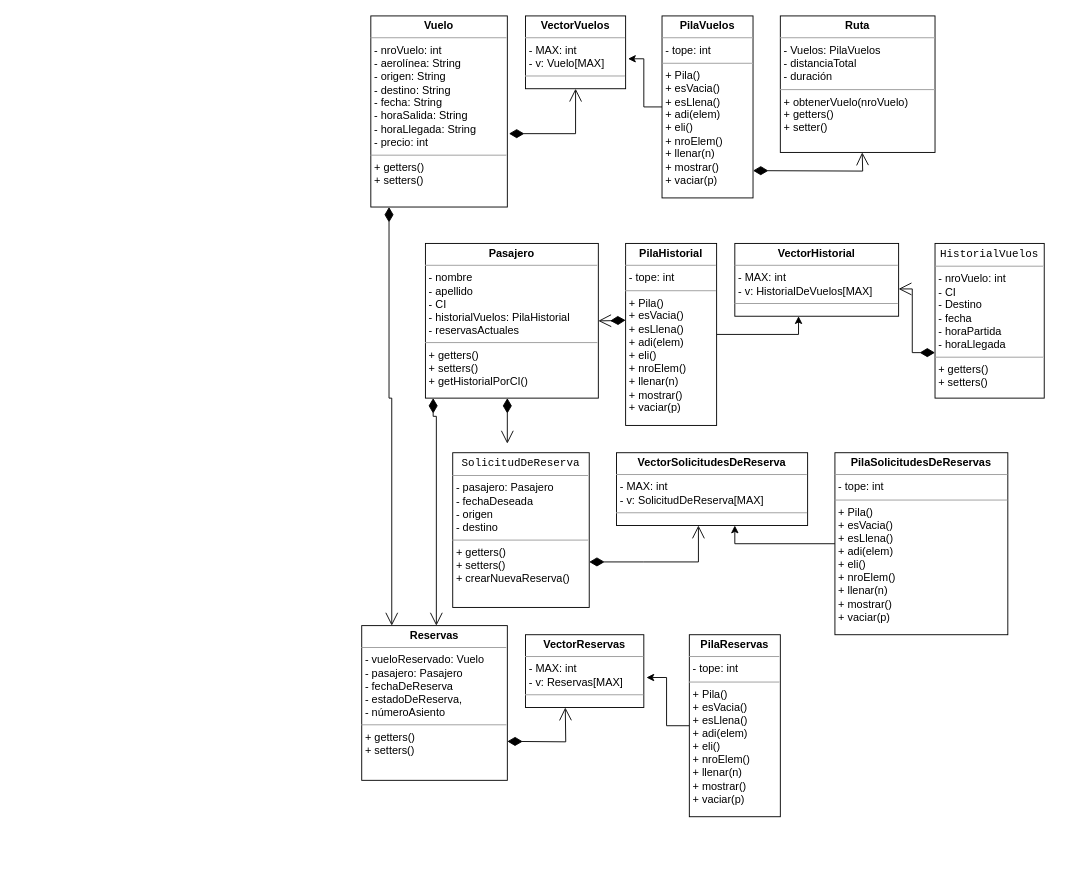
Earlier version of the draw.io diagram page "proyecto" (1 of 4) of inf121.drawio (freddyvelarde/clock-app). Source tidied: cells renumbered, new cells numbered last; positions are measured from the earlier drawing's top-left corner, leaving out a move shared by most shapes. Both pictures are drawn from the tidied source at 91%, with x=0, y=0 at pixel (361, 15).
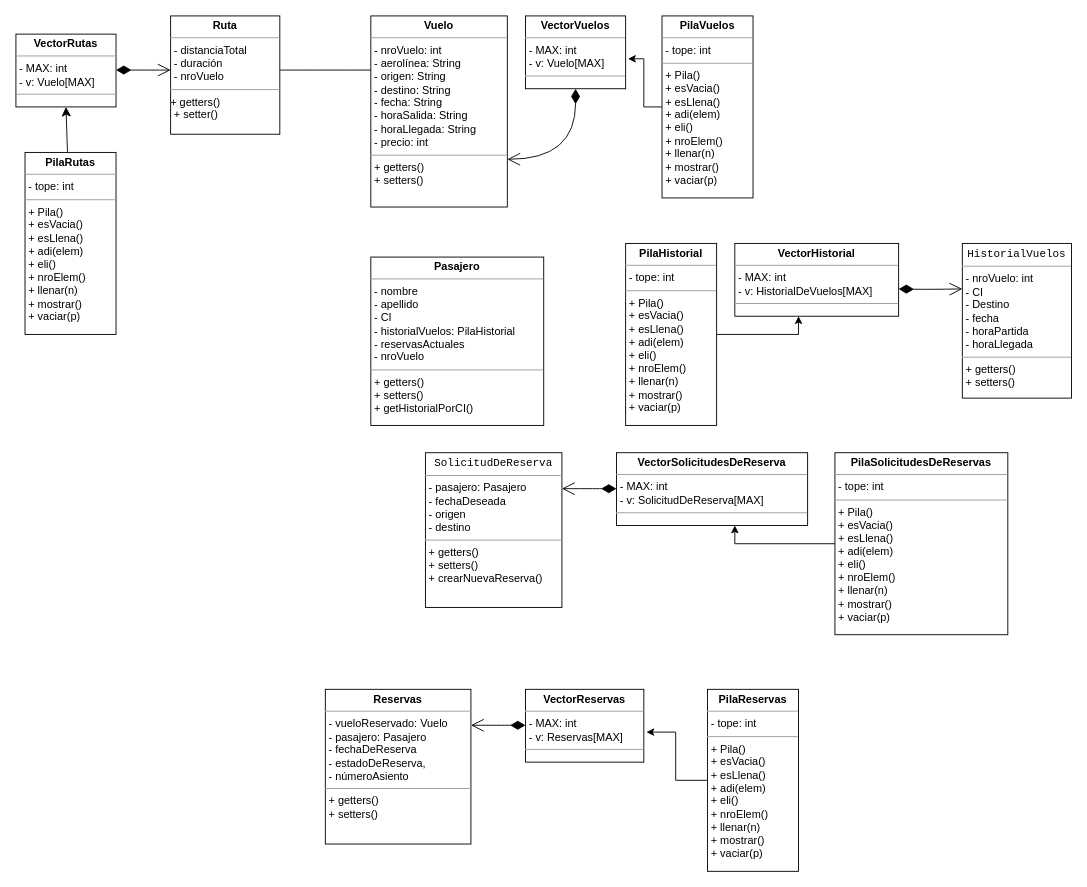
The same page after the edit.

Unchanged cells that the change refers to:
```xml
<mxCell id="2" value="&lt;p style=&quot;margin:0px;margin-top:4px;text-align:center;&quot;&gt;&lt;b&gt;Vuelo&lt;/b&gt;&lt;br&gt;&lt;/p&gt;&lt;hr size=&quot;1&quot;&gt;&lt;p style=&quot;margin:0px;margin-left:4px;&quot;&gt;- nroVuelo: int&amp;nbsp;&lt;/p&gt;&lt;p style=&quot;margin:0px;margin-left:4px;&quot;&gt;- aerolínea: String&lt;/p&gt;&lt;p style=&quot;margin:0px;margin-left:4px;&quot;&gt;- origen: String&lt;/p&gt;&lt;p style=&quot;margin:0px;margin-left:4px;&quot;&gt;- destino: String&lt;/p&gt;&lt;p style=&quot;margin:0px;margin-left:4px;&quot;&gt;- fecha: String&amp;nbsp;&lt;/p&gt;&lt;p style=&quot;margin:0px;margin-left:4px;&quot;&gt;- horaSalida: String&amp;nbsp;&amp;nbsp;&lt;/p&gt;&lt;p style=&quot;margin:0px;margin-left:4px;&quot;&gt;- horaLlegada: String&lt;br&gt;&lt;/p&gt;&lt;p style=&quot;margin:0px;margin-left:4px;&quot;&gt;- precio: int&lt;/p&gt;&lt;hr size=&quot;1&quot;&gt;&lt;p style=&quot;margin:0px;margin-left:4px;&quot;&gt;+ getters()&lt;br&gt;+ setters()&lt;br&gt;&lt;/p&gt;&lt;p style=&quot;margin:0px;margin-left:4px;&quot;&gt;&lt;br&gt;&lt;/p&gt;&lt;p style=&quot;margin:0px;margin-left:4px;&quot;&gt;&lt;br&gt;&lt;/p&gt;&lt;p style=&quot;margin:0px;margin-left:4px;&quot;&gt;&lt;br&gt;&lt;/p&gt;&lt;p style=&quot;margin:0px;margin-left:4px;&quot;&gt;&lt;br&gt;&lt;/p&gt;" style="verticalAlign=top;align=left;overflow=fill;fontSize=12;fontFamily=Helvetica;html=1;whiteSpace=wrap;" parent="1" vertex="1">
  <mxGeometry x="10" width="150" height="210" as="geometry" />
</mxCell>
<mxCell id="4" value="&lt;p style=&quot;margin:0px;margin-top:4px;text-align:center;&quot;&gt;&lt;b&gt;VectorVuelos&lt;/b&gt;&lt;br&gt;&lt;/p&gt;&lt;hr size=&quot;1&quot;&gt;&lt;p style=&quot;margin:0px;margin-left:4px;&quot;&gt;- MAX: int&lt;/p&gt;&lt;p style=&quot;margin:0px;margin-left:4px;&quot;&gt;- v: Vuelo[MAX]&lt;br&gt;&lt;/p&gt;&lt;hr size=&quot;1&quot;&gt;&lt;p style=&quot;margin:0px;margin-left:4px;&quot;&gt;&lt;br&gt;&lt;/p&gt;&lt;p style=&quot;margin:0px;margin-left:4px;&quot;&gt;&lt;br&gt;&lt;/p&gt;&lt;p style=&quot;margin:0px;margin-left:4px;&quot;&gt;&lt;br&gt;&lt;/p&gt;&lt;p style=&quot;margin:0px;margin-left:4px;&quot;&gt;&lt;br&gt;&lt;/p&gt;&lt;p style=&quot;margin:0px;margin-left:4px;&quot;&gt;&lt;br&gt;&lt;/p&gt;" style="verticalAlign=top;align=left;overflow=fill;fontSize=12;fontFamily=Helvetica;html=1;whiteSpace=wrap;" parent="1" vertex="1">
  <mxGeometry x="180" width="110" height="80" as="geometry" />
</mxCell>
<mxCell id="18" value="&lt;p style=&quot;margin:0px;margin-top:4px;text-align:center;&quot;&gt;&lt;b&gt;VectorHistorial&lt;/b&gt;&lt;br&gt;&lt;/p&gt;&lt;hr size=&quot;1&quot;&gt;&lt;p style=&quot;margin:0px;margin-left:4px;&quot;&gt;- MAX: int&lt;/p&gt;&lt;p style=&quot;margin:0px;margin-left:4px;&quot;&gt;- v: HistorialDeVuelos[MAX]&lt;br&gt;&lt;/p&gt;&lt;hr size=&quot;1&quot;&gt;&lt;p style=&quot;margin:0px;margin-left:4px;&quot;&gt;&lt;br&gt;&lt;/p&gt;&lt;p style=&quot;margin:0px;margin-left:4px;&quot;&gt;&lt;br&gt;&lt;/p&gt;&lt;p style=&quot;margin:0px;margin-left:4px;&quot;&gt;&lt;br&gt;&lt;/p&gt;&lt;p style=&quot;margin:0px;margin-left:4px;&quot;&gt;&lt;br&gt;&lt;/p&gt;&lt;p style=&quot;margin:0px;margin-left:4px;&quot;&gt;&lt;br&gt;&lt;/p&gt;" style="verticalAlign=top;align=left;overflow=fill;fontSize=12;fontFamily=Helvetica;html=1;whiteSpace=wrap;" parent="1" vertex="1">
  <mxGeometry x="410" y="250" width="180" height="80" as="geometry" />
</mxCell>
```

Diff of the diagram source:
```diff
@@
     <mxCell id="3" value="&lt;p style=&quot;margin:0px;margin-top:4px;text-align:center;&quot;&gt;&lt;b&gt;Reservas&lt;/b&gt;&lt;br&gt;&lt;/p&gt;&lt;hr size=&quot;1&quot;&gt;&lt;p style=&quot;margin:0px;margin-left:4px;&quot;&gt;- vueloReservado: Vuelo &lt;br&gt;&lt;/p&gt;&lt;p style=&quot;margin:0px;margin-left:4px;&quot;&gt;- pasajero: Pasajero&lt;br&gt;&lt;/p&gt;&lt;p style=&quot;margin:0px;margin-left:4px;&quot;&gt;- fechaDeReserva&lt;/p&gt;&lt;p style=&quot;margin:0px;margin-left:4px;&quot;&gt;- estadoDeReserva,&amp;nbsp;&lt;/p&gt;&lt;p style=&quot;margin:0px;margin-left:4px;&quot;&gt;- númeroAsiento&lt;/p&gt;&lt;hr size=&quot;1&quot;&gt;&lt;p style=&quot;margin:0px;margin-left:4px;&quot;&gt;+ getters()&lt;br&gt;+ setters()&lt;br&gt;&lt;/p&gt;&lt;p style=&quot;margin:0px;margin-left:4px;&quot;&gt;&lt;br&gt;&lt;/p&gt;&lt;p style=&quot;margin:0px;margin-left:4px;&quot;&gt;&lt;br&gt;&lt;/p&gt;&lt;p style=&quot;margin:0px;margin-left:4px;&quot;&gt;&lt;br&gt;&lt;/p&gt;&lt;p style=&quot;margin:0px;margin-left:4px;&quot;&gt;&lt;br&gt;&lt;/p&gt;" style="verticalAlign=top;align=left;overflow=fill;fontSize=12;fontFamily=Helvetica;html=1;whiteSpace=wrap;" parent="1" vertex="1">
-      <mxGeometry y="670" width="160" height="170" as="geometry" />
+      <mxGeometry x="-40" y="740" width="160" height="170" as="geometry" />
     </mxCell>
@@
-    <mxCell id="7" value="&lt;div&gt;&lt;br&gt;&lt;/div&gt;&lt;div&gt;&lt;br&gt;&lt;/div&gt;" style="endArrow=open;html=1;endSize=12;startArrow=diamondThin;startSize=14;startFill=1;edgeStyle=orthogonalEdgeStyle;align=left;verticalAlign=bottom;rounded=0;entryX=0.5;entryY=1;entryDx=0;entryDy=0;exitX=1.012;exitY=0.616;exitDx=0;exitDy=0;exitPerimeter=0;" parent="1" edge="1" source="2" target="4">
-      <mxGeometry x="-1" y="3" relative="1" as="geometry" />
-    </mxCell>
-    <mxCell id="8" value="&lt;p style=&quot;margin:0px;margin-top:4px;text-align:center;&quot;&gt;&lt;b&gt;Ruta&lt;/b&gt;&lt;br&gt;&lt;/p&gt;&lt;hr size=&quot;1&quot;&gt;&lt;p style=&quot;margin:0px;margin-left:4px;&quot;&gt;- Vuelos: PilaVuelos &lt;br&gt;&lt;/p&gt;&lt;p style=&quot;margin:0px;margin-left:4px;&quot;&gt;- distanciaTotal&amp;nbsp;&lt;/p&gt;&lt;p style=&quot;margin:0px;margin-left:4px;&quot;&gt;- duración&lt;/p&gt;&lt;hr size=&quot;1&quot;&gt;&lt;p style=&quot;margin:0px;margin-left:4px;&quot;&gt;+ obtenerVuelo(nroVuelo)&lt;br&gt;+ getters()&lt;/p&gt;&lt;p style=&quot;margin:0px;margin-left:4px;&quot;&gt;+ setter()&lt;br&gt;&lt;/p&gt;&lt;p style=&quot;margin:0px;margin-left:4px;&quot;&gt;&lt;br&gt;&lt;/p&gt;&lt;p style=&quot;margin:0px;margin-left:4px;&quot;&gt;&lt;br&gt;&lt;/p&gt;&lt;p style=&quot;margin:0px;margin-left:4px;&quot;&gt;&lt;br&gt;&lt;/p&gt;&lt;p style=&quot;margin:0px;margin-left:4px;&quot;&gt;&lt;br&gt;&lt;/p&gt;" style="verticalAlign=top;align=left;overflow=fill;fontSize=12;fontFamily=Helvetica;html=1;whiteSpace=wrap;" parent="1" vertex="1">
-      <mxGeometry x="460" width="170" height="150" as="geometry" />
+    <mxCell id="8" value="&lt;p style=&quot;margin:0px;margin-top:4px;text-align:center;&quot;&gt;&lt;b&gt;Ruta&lt;/b&gt;&lt;br&gt;&lt;/p&gt;&lt;hr size=&quot;1&quot;&gt;&lt;p style=&quot;margin:0px;margin-left:4px;&quot;&gt;- distanciaTotal&amp;nbsp;&lt;/p&gt;&lt;p style=&quot;margin:0px;margin-left:4px;&quot;&gt;- duración&lt;/p&gt;&lt;p style=&quot;margin:0px;margin-left:4px;&quot;&gt;- nroVuelo&lt;br&gt;&lt;/p&gt;&lt;hr size=&quot;1&quot;&gt;+ getters()&lt;p style=&quot;margin:0px;margin-left:4px;&quot;&gt;+ setter()&lt;br&gt;&lt;/p&gt;&lt;p style=&quot;margin:0px;margin-left:4px;&quot;&gt;&lt;br&gt;&lt;/p&gt;&lt;p style=&quot;margin:0px;margin-left:4px;&quot;&gt;&lt;br&gt;&lt;/p&gt;&lt;p style=&quot;margin:0px;margin-left:4px;&quot;&gt;&lt;br&gt;&lt;/p&gt;&lt;p style=&quot;margin:0px;margin-left:4px;&quot;&gt;&lt;br&gt;&lt;/p&gt;" style="verticalAlign=top;align=left;overflow=fill;fontSize=12;fontFamily=Helvetica;html=1;whiteSpace=wrap;" parent="1" vertex="1">
+      <mxGeometry x="-210" width="120" height="130" as="geometry" />
     </mxCell>
-    <mxCell id="9" style="endArrow=open;html=1;endSize=12;startArrow=diamondThin;startSize=14;startFill=1;edgeStyle=orthogonalEdgeStyle;align=left;verticalAlign=bottom;rounded=0;" parent="1" edge="1">
-      <mxGeometry x="-1" y="3" relative="1" as="geometry">
-        <mxPoint x="30" y="210" as="sourcePoint" />
-        <mxPoint x="33" y="670" as="targetPoint" />
-        <Array as="points">
-          <mxPoint x="30" y="420" />
-          <mxPoint x="33" y="420" />
-        </Array>
-      </mxGeometry>
-    </mxCell>
-    <mxCell id="10" style="endArrow=open;html=1;endSize=12;startArrow=diamondThin;startSize=14;startFill=1;edgeStyle=orthogonalEdgeStyle;align=left;verticalAlign=bottom;rounded=0;" parent="1" edge="1">
-      <mxGeometry x="-1" y="3" relative="1" as="geometry">
-        <mxPoint x="430" y="170" as="sourcePoint" />
-        <mxPoint x="550" y="150" as="targetPoint" />
-      </mxGeometry>
-    </mxCell>
-    <mxCell id="11" value="&lt;p style=&quot;margin:0px;margin-top:4px;text-align:center;&quot;&gt;&lt;b&gt;Pasajero&lt;/b&gt;&lt;br&gt;&lt;/p&gt;&lt;hr size=&quot;1&quot;&gt;&lt;p style=&quot;margin:0px;margin-left:4px;&quot;&gt;- nombre&lt;/p&gt;&lt;p style=&quot;margin:0px;margin-left:4px;&quot;&gt;- apellido&lt;br&gt;- CI&lt;/p&gt;&lt;p style=&quot;margin:0px;margin-left:4px;&quot;&gt;- historialVuelos: PilaHistorial&lt;br&gt;&lt;/p&gt;&lt;p style=&quot;margin:0px;margin-left:4px;&quot;&gt;- reservasActuales&lt;/p&gt;&lt;hr size=&quot;1&quot;&gt;&lt;p style=&quot;margin:0px;margin-left:4px;&quot;&gt;+ getters()&lt;br&gt;+ setters()&lt;/p&gt;&lt;p style=&quot;margin:0px;margin-left:4px;&quot;&gt;+ getHistorialPorCI()&lt;br&gt;&lt;/p&gt;&lt;p style=&quot;margin:0px;margin-left:4px;&quot;&gt;&lt;br&gt;&lt;/p&gt;&lt;p style=&quot;margin:0px;margin-left:4px;&quot;&gt;&lt;br&gt;&lt;/p&gt;&lt;p style=&quot;margin:0px;margin-left:4px;&quot;&gt;&lt;br&gt;&lt;/p&gt;&lt;p style=&quot;margin:0px;margin-left:4px;&quot;&gt;&lt;br&gt;&lt;/p&gt;" style="verticalAlign=top;align=left;overflow=fill;fontSize=12;fontFamily=Helvetica;html=1;whiteSpace=wrap;" parent="1" vertex="1">
-      <mxGeometry x="70" y="250" width="190" height="170" as="geometry" />
+    <mxCell id="11" value="&lt;p style=&quot;margin:0px;margin-top:4px;text-align:center;&quot;&gt;&lt;b&gt;Pasajero&lt;/b&gt;&lt;br&gt;&lt;/p&gt;&lt;hr size=&quot;1&quot;&gt;&lt;p style=&quot;margin:0px;margin-left:4px;&quot;&gt;- nombre&lt;/p&gt;&lt;p style=&quot;margin:0px;margin-left:4px;&quot;&gt;- apellido&lt;br&gt;- CI&lt;/p&gt;&lt;p style=&quot;margin:0px;margin-left:4px;&quot;&gt;- historialVuelos: PilaHistorial&lt;br&gt;&lt;/p&gt;&lt;p style=&quot;margin:0px;margin-left:4px;&quot;&gt;- reservasActuales&lt;/p&gt;&lt;p style=&quot;margin:0px;margin-left:4px;&quot;&gt;- nroVuelo&lt;br&gt;&lt;/p&gt;&lt;hr size=&quot;1&quot;&gt;&lt;p style=&quot;margin:0px;margin-left:4px;&quot;&gt;+ getters()&lt;br&gt;+ setters()&lt;/p&gt;&lt;p style=&quot;margin:0px;margin-left:4px;&quot;&gt;+ getHistorialPorCI()&lt;br&gt;&lt;/p&gt;&lt;p style=&quot;margin:0px;margin-left:4px;&quot;&gt;&lt;br&gt;&lt;/p&gt;&lt;p style=&quot;margin:0px;margin-left:4px;&quot;&gt;&lt;br&gt;&lt;/p&gt;&lt;p style=&quot;margin:0px;margin-left:4px;&quot;&gt;&lt;br&gt;&lt;/p&gt;&lt;p style=&quot;margin:0px;margin-left:4px;&quot;&gt;&lt;br&gt;&lt;/p&gt;" style="verticalAlign=top;align=left;overflow=fill;fontSize=12;fontFamily=Helvetica;html=1;whiteSpace=wrap;" parent="1" vertex="1">
+      <mxGeometry x="10" y="265" width="190" height="185" as="geometry" />
     </mxCell>
-    <mxCell id="12" style="endArrow=open;html=1;endSize=12;startArrow=diamondThin;startSize=14;startFill=1;edgeStyle=orthogonalEdgeStyle;align=left;verticalAlign=bottom;rounded=0;" parent="1" edge="1">
-      <mxGeometry x="-1" y="3" relative="1" as="geometry">
-        <mxPoint x="160" y="420" as="sourcePoint" />
-        <mxPoint x="160" y="470" as="targetPoint" />
-        <Array as="points">
-          <mxPoint x="160" y="420" />
-        </Array>
-      </mxGeometry>
-    </mxCell>
     <mxCell id="13" value="&lt;p style=&quot;margin:0px;margin-top:4px;text-align:center;&quot;&gt;&lt;b&gt;VectorReservas&lt;/b&gt;&lt;br&gt;&lt;/p&gt;&lt;hr size=&quot;1&quot;&gt;&lt;p style=&quot;margin:0px;margin-left:4px;&quot;&gt;- MAX: int&lt;/p&gt;&lt;p style=&quot;margin:0px;margin-left:4px;&quot;&gt;- v: Reservas[MAX]&lt;br&gt;&lt;/p&gt;&lt;hr size=&quot;1&quot;&gt;&lt;p style=&quot;margin:0px;margin-left:4px;&quot;&gt;&lt;br&gt;&lt;/p&gt;&lt;p style=&quot;margin:0px;margin-left:4px;&quot;&gt;&lt;br&gt;&lt;/p&gt;&lt;p style=&quot;margin:0px;margin-left:4px;&quot;&gt;&lt;br&gt;&lt;/p&gt;&lt;p style=&quot;margin:0px;margin-left:4px;&quot;&gt;&lt;br&gt;&lt;/p&gt;&lt;p style=&quot;margin:0px;margin-left:4px;&quot;&gt;&lt;br&gt;&lt;/p&gt;" style="verticalAlign=top;align=left;overflow=fill;fontSize=12;fontFamily=Helvetica;html=1;whiteSpace=wrap;" parent="1" vertex="1">
-      <mxGeometry x="180" y="680" width="130" height="80" as="geometry" />
+      <mxGeometry x="180" y="740" width="130" height="80" as="geometry" />
     </mxCell>
@@
     <mxCell id="15" value="&lt;p style=&quot;margin:0px;margin-top:4px;text-align:center;&quot;&gt;&lt;b&gt;PilaReservas&lt;/b&gt;&lt;br&gt;&lt;/p&gt;&lt;hr size=&quot;1&quot;&gt;&lt;p style=&quot;margin:0px;margin-left:4px;&quot;&gt;- tope: int&lt;br&gt;&lt;/p&gt;&lt;hr size=&quot;1&quot;&gt;&lt;p style=&quot;margin:0px;margin-left:4px;&quot;&gt;+ Pila()&lt;br&gt;+ esVacia()&lt;br&gt;+ esLlena()&lt;br&gt;+ adi(elem)&lt;br&gt;+ eli()&lt;br&gt;+ nroElem()&lt;br&gt;+ llenar(n)&lt;br&gt;+ mostrar()&lt;br&gt;+ vaciar(p)&lt;br&gt;&lt;/p&gt;&lt;p style=&quot;margin:0px;margin-left:4px;&quot;&gt;&lt;br&gt;&lt;/p&gt;&lt;p style=&quot;margin:0px;margin-left:4px;&quot;&gt;&lt;br&gt;&lt;/p&gt;&lt;p style=&quot;margin:0px;margin-left:4px;&quot;&gt;&lt;br&gt;&lt;/p&gt;" style="verticalAlign=top;align=left;overflow=fill;fontSize=12;fontFamily=Helvetica;html=1;whiteSpace=wrap;" parent="1" vertex="1">
-      <mxGeometry x="360" y="680" width="100" height="200" as="geometry" />
+      <mxGeometry x="380" y="740" width="100" height="200" as="geometry" />
     </mxCell>
-    <mxCell id="16" style="endArrow=open;html=1;endSize=12;startArrow=diamondThin;startSize=14;startFill=1;edgeStyle=orthogonalEdgeStyle;align=left;verticalAlign=bottom;rounded=0;entryX=0.336;entryY=1.035;entryDx=0;entryDy=0;entryPerimeter=0;" parent="1" edge="1">
-      <mxGeometry x="-1" y="3" relative="1" as="geometry">
-        <mxPoint x="160" y="797.2" as="sourcePoint" />
-        <mxPoint x="223.7" y="760" as="targetPoint" />
-      </mxGeometry>
-    </mxCell>
     <mxCell id="17" value="&lt;p style=&quot;margin:0px;margin-top:4px;text-align:center;&quot;&gt;&lt;code&gt;HistorialVuelos&lt;/code&gt;&lt;/p&gt;&lt;hr size=&quot;1&quot;&gt;&lt;p style=&quot;margin:0px;margin-left:4px;&quot;&gt;- nroVuelo: int&lt;/p&gt;&lt;p style=&quot;margin:0px;margin-left:4px;&quot;&gt;- CI&lt;/p&gt;&lt;p style=&quot;margin:0px;margin-left:4px;&quot;&gt;- Destino&lt;/p&gt;&lt;p style=&quot;margin:0px;margin-left:4px;&quot;&gt;- fecha&lt;br&gt;&lt;/p&gt;&lt;p style=&quot;margin:0px;margin-left:4px;&quot;&gt;- horaPartida&lt;/p&gt;&lt;p style=&quot;margin:0px;margin-left:4px;&quot;&gt;- horaLlegada&lt;br&gt;&lt;/p&gt;&lt;hr size=&quot;1&quot;&gt;&lt;p style=&quot;margin:0px;margin-left:4px;&quot;&gt;+ getters()&lt;br&gt;+ setters()&lt;br&gt;&lt;/p&gt;&lt;p style=&quot;margin:0px;margin-left:4px;&quot;&gt;&lt;br&gt;&lt;/p&gt;&lt;p style=&quot;margin:0px;margin-left:4px;&quot;&gt;&lt;br&gt;&lt;/p&gt;&lt;p style=&quot;margin:0px;margin-left:4px;&quot;&gt;&lt;br&gt;&lt;/p&gt;&lt;p style=&quot;margin:0px;margin-left:4px;&quot;&gt;&lt;br&gt;&lt;/p&gt;" style="verticalAlign=top;align=left;overflow=fill;fontSize=12;fontFamily=Helvetica;html=1;whiteSpace=wrap;" parent="1" vertex="1">
-      <mxGeometry x="630" y="250" width="120" height="170" as="geometry" />
+      <mxGeometry x="660" y="250" width="120" height="170" as="geometry" />
     </mxCell>
@@
-    <mxCell id="19" style="endArrow=open;html=1;endSize=12;startArrow=diamondThin;startSize=14;startFill=1;edgeStyle=orthogonalEdgeStyle;align=left;verticalAlign=bottom;rounded=0;" parent="1" edge="1" target="18">
-      <mxGeometry x="-1" y="3" relative="1" as="geometry">
-        <mxPoint x="630" y="370" as="sourcePoint" />
-        <Array as="points">
-          <mxPoint x="605" y="370" />
-          <mxPoint x="605" y="300" />
-        </Array>
-      </mxGeometry>
-    </mxCell>
@@
-    <mxCell id="22" style="endArrow=open;html=1;endSize=12;startArrow=diamondThin;startSize=14;startFill=1;edgeStyle=orthogonalEdgeStyle;align=left;verticalAlign=bottom;rounded=0;" parent="1" edge="1">
-      <mxGeometry x="-1" y="3" relative="1" as="geometry">
-        <mxPoint x="290" y="334.4" as="sourcePoint" />
-        <mxPoint x="260" y="335.1" as="targetPoint" />
-      </mxGeometry>
-    </mxCell>
     <mxCell id="23" value="&lt;p style=&quot;margin:0px;margin-top:4px;text-align:center;&quot;&gt;&lt;code&gt;SolicitudDeReserva&lt;/code&gt;&lt;/p&gt;&lt;hr size=&quot;1&quot;&gt;&lt;p style=&quot;margin:0px;margin-left:4px;&quot;&gt;- pasajero: Pasajero&lt;br&gt;&lt;/p&gt;&lt;p style=&quot;margin:0px;margin-left:4px;&quot;&gt;- fechaDeseada&lt;/p&gt;&lt;p style=&quot;margin:0px;margin-left:4px;&quot;&gt;- origen&lt;/p&gt;&lt;p style=&quot;margin:0px;margin-left:4px;&quot;&gt;- destino&lt;/p&gt;&lt;hr size=&quot;1&quot;&gt;&lt;p style=&quot;margin:0px;margin-left:4px;&quot;&gt;+ getters()&lt;br&gt;+ setters()&lt;/p&gt;&lt;p style=&quot;margin:0px;margin-left:4px;&quot;&gt;+ crearNuevaReserva()&lt;br&gt;&lt;/p&gt;&lt;p style=&quot;margin:0px;margin-left:4px;&quot;&gt;&lt;br&gt;&lt;/p&gt;&lt;p style=&quot;margin:0px;margin-left:4px;&quot;&gt;&lt;br&gt;&lt;/p&gt;&lt;p style=&quot;margin:0px;margin-left:4px;&quot;&gt;&lt;br&gt;&lt;/p&gt;&lt;p style=&quot;margin:0px;margin-left:4px;&quot;&gt;&lt;br&gt;&lt;/p&gt;" style="verticalAlign=top;align=left;overflow=fill;fontSize=12;fontFamily=Helvetica;html=1;whiteSpace=wrap;" parent="1" vertex="1">
-      <mxGeometry x="100" y="480" width="150" height="170" as="geometry" />
+      <mxGeometry x="70" y="480" width="150" height="170" as="geometry" />
     </mxCell>
-    <mxCell id="24" style="endArrow=open;html=1;endSize=12;startArrow=diamondThin;startSize=14;startFill=1;edgeStyle=orthogonalEdgeStyle;align=left;verticalAlign=bottom;rounded=0;" parent="1" edge="1">
-      <mxGeometry x="-1" y="3" relative="1" as="geometry">
-        <mxPoint x="78.5" y="420" as="sourcePoint" />
-        <mxPoint x="82" y="670" as="targetPoint" />
-        <Array as="points">
-          <mxPoint x="78.5" y="440" />
-          <mxPoint x="81.5" y="440" />
-        </Array>
-      </mxGeometry>
-    </mxCell>
@@
-    <mxCell id="28" style="endArrow=open;html=1;endSize=12;startArrow=diamondThin;startSize=14;startFill=1;edgeStyle=orthogonalEdgeStyle;align=left;verticalAlign=bottom;rounded=0;" parent="1" edge="1">
-      <mxGeometry x="-1" y="3" relative="1" as="geometry">
-        <mxPoint x="250" y="600" as="sourcePoint" />
-        <mxPoint x="370" y="560" as="targetPoint" />
-        <Array as="points">
-          <mxPoint x="310" y="600" />
-          <mxPoint x="310" y="600" />
-        </Array>
-      </mxGeometry>
-    </mxCell>
+    <mxCell id="29" style="endArrow=open;html=1;endSize=12;startArrow=diamondThin;startSize=14;startFill=1;edgeStyle=orthogonalEdgeStyle;align=left;verticalAlign=bottom;rounded=0;fontSize=12;curved=1;" parent="1" edge="1">
+      <mxGeometry x="-1" y="3" relative="1" as="geometry">
+        <mxPoint x="180" y="779.5" as="sourcePoint" />
+        <mxPoint x="120" y="779.5" as="targetPoint" />
+      </mxGeometry>
+    </mxCell>
+    <mxCell id="30" style="endArrow=open;html=1;endSize=12;startArrow=diamondThin;startSize=14;startFill=1;edgeStyle=orthogonalEdgeStyle;align=left;verticalAlign=bottom;rounded=0;fontSize=12;curved=1;" parent="1" edge="1">
+      <mxGeometry x="-1" y="3" relative="1" as="geometry">
+        <mxPoint x="280" y="519.5" as="sourcePoint" />
+        <mxPoint x="220" y="519.5" as="targetPoint" />
+      </mxGeometry>
+    </mxCell>
+    <mxCell id="31" style="endArrow=open;html=1;endSize=12;startArrow=diamondThin;startSize=14;startFill=1;edgeStyle=orthogonalEdgeStyle;align=left;verticalAlign=bottom;rounded=0;fontSize=12;curved=1;" parent="1" edge="1">
+      <mxGeometry x="-1" y="3" relative="1" as="geometry">
+        <mxPoint x="590" y="300.1" as="sourcePoint" />
+        <mxPoint x="660" y="300" as="targetPoint" />
+      </mxGeometry>
+    </mxCell>
+    <mxCell id="32" style="endArrow=open;html=1;endSize=12;startArrow=diamondThin;startSize=14;startFill=1;edgeStyle=orthogonalEdgeStyle;align=left;verticalAlign=bottom;rounded=0;fontSize=12;curved=1;exitX=0.5;exitY=1;exitDx=0;exitDy=0;entryX=1;entryY=0.75;entryDx=0;entryDy=0;" parent="1" edge="1" source="4" target="2">
+      <mxGeometry x="-1" y="3" relative="1" as="geometry" />
+    </mxCell>
+    <mxCell id="33" value="&lt;p style=&quot;margin:0px;margin-top:4px;text-align:center;&quot;&gt;&lt;b&gt;VectorRutas&lt;/b&gt;&lt;br&gt;&lt;/p&gt;&lt;hr size=&quot;1&quot;&gt;&lt;p style=&quot;margin:0px;margin-left:4px;&quot;&gt;- MAX: int&lt;/p&gt;&lt;p style=&quot;margin:0px;margin-left:4px;&quot;&gt;- v: Vuelo[MAX]&lt;br&gt;&lt;/p&gt;&lt;hr size=&quot;1&quot;&gt;&lt;p style=&quot;margin:0px;margin-left:4px;&quot;&gt;&lt;br&gt;&lt;/p&gt;&lt;p style=&quot;margin:0px;margin-left:4px;&quot;&gt;&lt;br&gt;&lt;/p&gt;&lt;p style=&quot;margin:0px;margin-left:4px;&quot;&gt;&lt;br&gt;&lt;/p&gt;&lt;p style=&quot;margin:0px;margin-left:4px;&quot;&gt;&lt;br&gt;&lt;/p&gt;&lt;p style=&quot;margin:0px;margin-left:4px;&quot;&gt;&lt;br&gt;&lt;/p&gt;" style="verticalAlign=top;align=left;overflow=fill;fontSize=12;fontFamily=Helvetica;html=1;whiteSpace=wrap;" parent="1" vertex="1">
+      <mxGeometry x="-380" y="20" width="110" height="80" as="geometry" />
+    </mxCell>
+    <mxCell id="34" style="endArrow=open;html=1;endSize=12;startArrow=diamondThin;startSize=14;startFill=1;edgeStyle=orthogonalEdgeStyle;align=left;verticalAlign=bottom;rounded=0;fontSize=12;curved=1;" parent="1" edge="1">
+      <mxGeometry x="-1" y="3" relative="1" as="geometry">
+        <mxPoint x="-270" y="59.5" as="sourcePoint" />
+        <mxPoint x="-210" y="59.5" as="targetPoint" />
+      </mxGeometry>
+    </mxCell>
+    <mxCell id="35" style="edgeStyle=none;curved=1;rounded=0;jettySize=auto;html=1;entryX=0.5;entryY=1;entryDx=0;entryDy=0;fontSize=12;startSize=8;endSize=8;" parent="1" edge="1" source="36" target="33">
+      <mxGeometry relative="1" as="geometry" />
+    </mxCell>
+    <mxCell id="36" value="&lt;p style=&quot;margin:0px;margin-top:4px;text-align:center;&quot;&gt;&lt;b&gt;PilaRutas&lt;/b&gt;&lt;br&gt;&lt;/p&gt;&lt;hr size=&quot;1&quot;&gt;&lt;p style=&quot;margin:0px;margin-left:4px;&quot;&gt;- tope: int&lt;br&gt;&lt;/p&gt;&lt;hr size=&quot;1&quot;&gt;&lt;p style=&quot;margin:0px;margin-left:4px;&quot;&gt;+ Pila()&lt;br&gt;+ esVacia()&lt;br&gt;+ esLlena()&lt;br&gt;+ adi(elem)&lt;br&gt;+ eli()&lt;br&gt;+ nroElem()&lt;br&gt;+ llenar(n)&lt;br&gt;+ mostrar()&lt;br&gt;+ vaciar(p)&lt;br&gt;&lt;/p&gt;&lt;p style=&quot;margin:0px;margin-left:4px;&quot;&gt;&lt;br&gt;&lt;/p&gt;&lt;p style=&quot;margin:0px;margin-left:4px;&quot;&gt;&lt;br&gt;&lt;/p&gt;&lt;p style=&quot;margin:0px;margin-left:4px;&quot;&gt;&lt;br&gt;&lt;/p&gt;" style="verticalAlign=top;align=left;overflow=fill;fontSize=12;fontFamily=Helvetica;html=1;whiteSpace=wrap;" parent="1" vertex="1">
+      <mxGeometry x="-370" y="150" width="100" height="200" as="geometry" />
+    </mxCell>
+    <mxCell id="37" style="endArrow=none;html=1;edgeStyle=orthogonalEdgeStyle;rounded=0;fontSize=12;startSize=8;endSize=8;curved=1;" parent="1" edge="1">
+      <mxGeometry relative="1" as="geometry">
+        <mxPoint x="-90" y="59.5" as="sourcePoint" />
+        <mxPoint x="10" y="59.5" as="targetPoint" />
+      </mxGeometry>
+    </mxCell>
```
